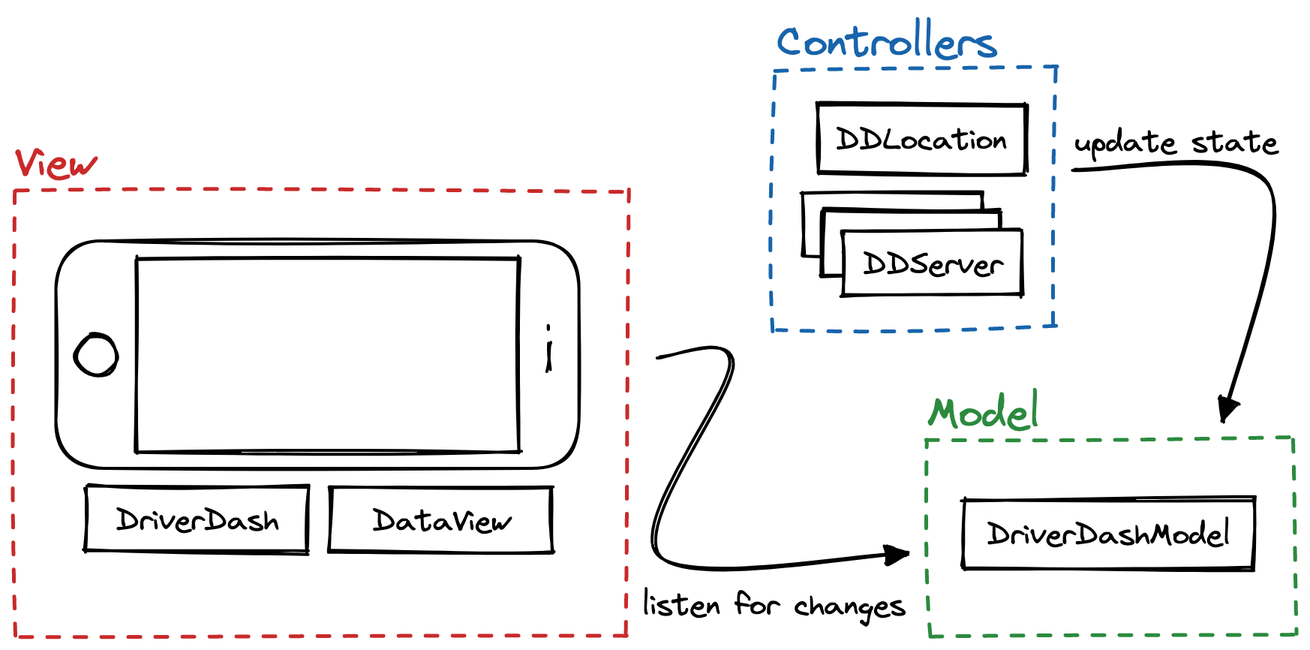
This is media/mvc.png from cornellev/driverdash, a Excalidraw export, as it was before one commit. Source tidied: one line per element, renumbered; positions are measured from the earlier drawing's top-left corner, leaving out a move shared by most shapes. The source it was exported from:
```json
{"id": 0, "type": "rectangle", "strokeColor": "#000000", "strokeWidth": 2, "roughness": 1, "round": true, "x": 27, "y": 151, "width": 349, "height": 151}
{"id": 1, "type": "rectangle", "strokeColor": "#000000", "strokeWidth": 2, "roughness": 1, "x": 82, "y": 163, "width": 255, "height": 129}
{"id": 2, "type": "ellipse", "strokeColor": "#000000", "strokeWidth": 2, "roughness": 1, "x": 41, "y": 213, "width": 27, "height": 27}
{"id": 3, "type": "line", "strokeColor": "#000000", "strokeWidth": 2, "roughness": 1, "x": 355, "y": 207, "width": 0, "height": 3, "points": [[0, 0], [0, 3]]}
{"id": 4, "type": "line", "strokeColor": "#000000", "strokeWidth": 2, "roughness": 1, "x": 356, "y": 218, "width": 0, "height": 19, "points": [[0, 0], [0, 19]]}
{"id": 5, "type": "rectangle", "strokeColor": "#000000", "backgroundColor": "#fff", "fillStyle": "solid", "strokeWidth": 2, "roughness": 1, "x": 47, "y": 314, "width": 148, "height": 43}
{"id": 6, "type": "text", "text": "DriverDash", "strokeColor": "#000000", "backgroundColor": "#fff", "fillStyle": "solid", "strokeWidth": 2, "roughness": 1, "fontSize": 20, "fontFamily": 1, "textAlign": "center", "verticalAlign": "middle", "inside": 5, "x": 67, "y": 323, "width": 108, "height": 25}
{"id": 7, "type": "rectangle", "strokeColor": "#000000", "backgroundColor": "#fff", "fillStyle": "solid", "strokeWidth": 2, "roughness": 1, "x": 210, "y": 314, "width": 148, "height": 44}
{"id": 8, "type": "text", "text": "DataView", "strokeColor": "#000000", "backgroundColor": "#fff", "fillStyle": "solid", "strokeWidth": 2, "roughness": 1, "fontSize": 20, "fontFamily": 1, "textAlign": "center", "verticalAlign": "middle", "inside": 7, "x": 238, "y": 324, "width": 91, "height": 25}
{"id": 9, "type": "rectangle", "strokeColor": "#c92a2a", "strokeWidth": 2, "strokeStyle": "dashed", "roughness": 1, "x": 0, "y": 117, "width": 408, "height": 296}
{"id": 10, "type": "text", "text": "View", "strokeColor": "#c92a2a", "strokeWidth": 2, "strokeStyle": "dashed", "roughness": 1, "fontSize": 28, "fontFamily": 1, "textAlign": "center", "x": 0, "y": 80, "width": 53, "height": 35}
{"id": 11, "type": "rectangle", "strokeColor": "#000000", "backgroundColor": "#fff", "fillStyle": "solid", "strokeWidth": 2, "roughness": 1, "x": 633, "y": 323, "width": 193, "height": 46}
{"id": 12, "type": "text", "text": "DriverDashModel", "strokeColor": "#000000", "backgroundColor": "#fff", "fillStyle": "solid", "strokeWidth": 2, "roughness": 1, "fontSize": 20, "fontFamily": 1, "textAlign": "center", "verticalAlign": "middle", "inside": 11, "x": 648, "y": 333, "width": 162, "height": 25}
{"id": 13, "type": "rectangle", "strokeColor": "#2b8a3e", "strokeWidth": 2, "strokeStyle": "dashed", "roughness": 1, "x": 608, "y": 282, "width": 245, "height": 131}
{"id": 14, "type": "text", "text": "Model", "strokeColor": "#2b8a3e", "strokeWidth": 2, "strokeStyle": "dashed", "roughness": 1, "fontSize": 28, "fontFamily": 1, "textAlign": "center", "x": 608, "y": 247, "width": 76, "height": 35}
{"id": 15, "type": "rectangle", "strokeColor": "#000000", "backgroundColor": "#fff", "fillStyle": "solid", "strokeWidth": 2, "roughness": 1, "x": 535, "y": 59, "width": 138, "height": 47}
{"id": 16, "type": "text", "text": "DDLocation", "strokeColor": "#000000", "backgroundColor": "#fff", "fillStyle": "solid", "strokeWidth": 2, "roughness": 1, "fontSize": 20, "fontFamily": 1, "textAlign": "center", "verticalAlign": "middle", "inside": 15, "x": 547, "y": 70, "width": 114, "height": 25}
{"id": 17, "type": "rectangle", "strokeColor": "#000000", "backgroundColor": "#fff", "fillStyle": "solid", "strokeWidth": 2, "roughness": 1, "x": 525, "y": 119, "width": 119, "height": 42}
{"id": 18, "type": "text", "text": "DDServer", "strokeColor": "#000000", "backgroundColor": "#fff", "fillStyle": "solid", "strokeWidth": 2, "roughness": 1, "fontSize": 20, "fontFamily": 1, "textAlign": "center", "verticalAlign": "middle", "inside": 17, "x": 538, "y": 127, "width": 93, "height": 25}
{"id": 19, "type": "rectangle", "strokeColor": "#000000", "backgroundColor": "#fff", "fillStyle": "solid", "strokeWidth": 2, "roughness": 1, "x": 538, "y": 131, "width": 119, "height": 42}
{"id": 20, "type": "text", "text": "DDServer", "strokeColor": "#000000", "backgroundColor": "#fff", "fillStyle": "solid", "strokeWidth": 2, "roughness": 1, "fontSize": 20, "fontFamily": 1, "textAlign": "center", "verticalAlign": "middle", "inside": 19, "x": 551, "y": 139, "width": 93, "height": 25}
{"id": 21, "type": "rectangle", "strokeColor": "#000000", "backgroundColor": "#fff", "fillStyle": "solid", "strokeWidth": 2, "roughness": 1, "x": 552, "y": 144, "width": 119, "height": 42}
{"id": 22, "type": "text", "text": "DDServer", "strokeColor": "#000000", "backgroundColor": "#fff", "fillStyle": "solid", "strokeWidth": 2, "roughness": 1, "fontSize": 20, "fontFamily": 1, "textAlign": "center", "verticalAlign": "middle", "inside": 21, "x": 565, "y": 153, "width": 93, "height": 25}
{"id": 23, "type": "rectangle", "strokeColor": "#1864ab", "strokeWidth": 2, "strokeStyle": "dashed", "roughness": 1, "x": 506, "y": 36, "width": 187, "height": 173}
{"id": 24, "type": "text", "text": "Controllers", "strokeColor": "#1864ab", "strokeWidth": 2, "strokeStyle": "dashed", "roughness": 1, "fontSize": 28, "fontFamily": 1, "textAlign": "center", "x": 508, "y": 0, "width": 147, "height": 35}
{"id": 25, "type": "text", "text": "update state", "strokeColor": "#000000", "strokeWidth": 2, "roughness": 1, "fontSize": 20, "fontFamily": 1, "textAlign": "center", "x": 706, "y": 71, "width": 136, "height": 25}
{"id": 26, "type": "arrow", "strokeColor": "#000000", "strokeWidth": 2, "roughness": 1, "endArrowhead": "triangle", "round": true, "from": 9, "to": 13, "x": 429, "y": 228, "width": 164, "height": 131, "points": [[0, 0], [49, 4], [1, 131], [164, 131]]}
{"id": 27, "type": "text", "text": "listen for changes", "strokeColor": "#000000", "strokeWidth": 2, "roughness": 1, "fontSize": 20, "fontFamily": 1, "textAlign": "center", "x": 418, "y": 380, "width": 176, "height": 25}
{"id": 28, "type": "arrow", "strokeColor": "#000000", "strokeWidth": 2, "roughness": 1, "endArrowhead": "triangle", "round": true, "from": 23, "to": 13, "x": 706, "y": 103, "width": 129, "height": 166, "points": [[0, 0], [129, 10], [101, 166]]}
```
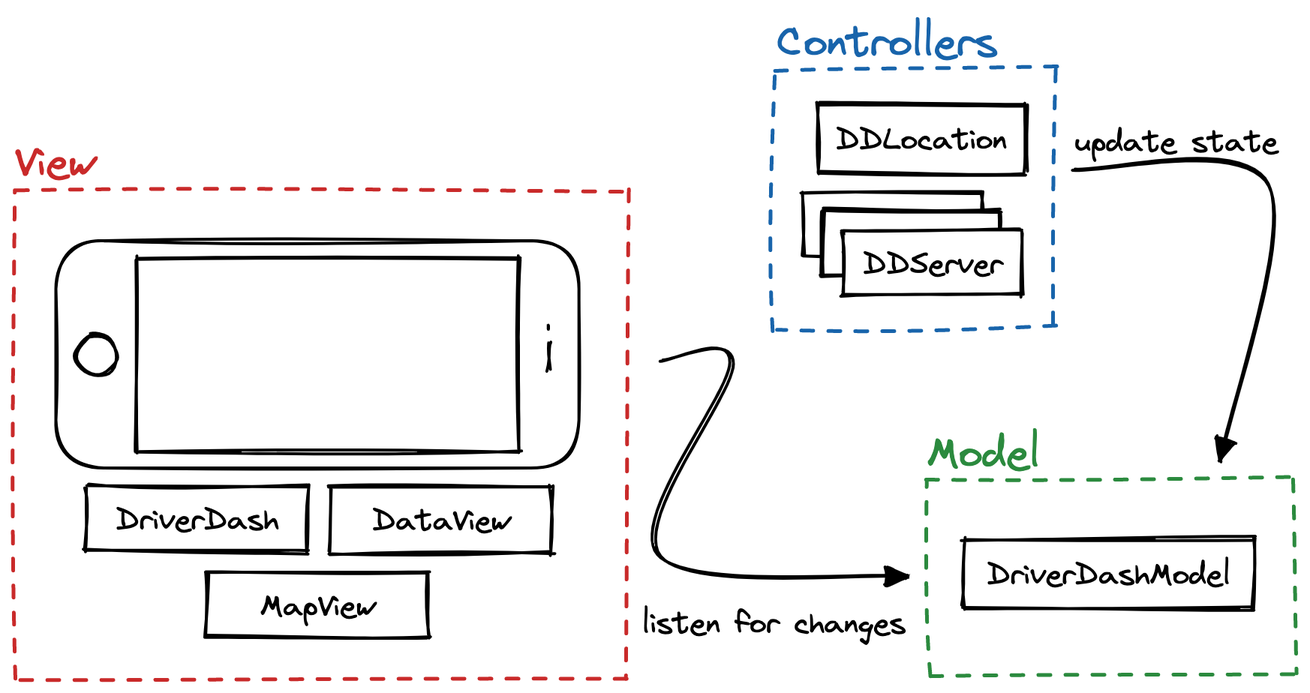
Above is the later version.

Diff of the diagram source:
```diff
@@ -5,14 +5,14 @@
 {"id": 4, "type": "line", "strokeColor": "#000000", "strokeWidth": 2, "roughness": 1, "x": 356, "y": 218, "width": 0, "height": 19, "points": [[0, 0], [0, 19]]}
 {"id": 5, "type": "rectangle", "strokeColor": "#000000", "backgroundColor": "#fff", "fillStyle": "solid", "strokeWidth": 2, "roughness": 1, "x": 47, "y": 314, "width": 148, "height": 43}
 {"id": 6, "type": "text", "text": "DriverDash", "strokeColor": "#000000", "backgroundColor": "#fff", "fillStyle": "solid", "strokeWidth": 2, "roughness": 1, "fontSize": 20, "fontFamily": 1, "textAlign": "center", "verticalAlign": "middle", "inside": 5, "x": 67, "y": 323, "width": 108, "height": 25}
-{"id": 7, "type": "rectangle", "strokeColor": "#000000", "backgroundColor": "#fff", "fillStyle": "solid", "strokeWidth": 2, "roughness": 1, "x": 210, "y": 314, "width": 148, "height": 44}
-{"id": 8, "type": "text", "text": "DataView", "strokeColor": "#000000", "backgroundColor": "#fff", "fillStyle": "solid", "strokeWidth": 2, "roughness": 1, "fontSize": 20, "fontFamily": 1, "textAlign": "center", "verticalAlign": "middle", "inside": 7, "x": 238, "y": 324, "width": 91, "height": 25}
+{"id": 29, "type": "rectangle", "strokeColor": "#000000", "backgroundColor": "#fff", "fillStyle": "solid", "strokeWidth": 2, "roughness": 1, "x": 210, "y": 314, "width": 148, "height": 44}
+{"id": 30, "type": "text", "text": "DataView", "strokeColor": "#000000", "backgroundColor": "#fff", "fillStyle": "solid", "strokeWidth": 2, "roughness": 1, "fontSize": 20, "fontFamily": 1, "textAlign": "center", "verticalAlign": "middle", "inside": 29, "x": 238, "y": 324, "width": 91, "height": 25}
-{"id": 9, "type": "rectangle", "strokeColor": "#c92a2a", "strokeWidth": 2, "strokeStyle": "dashed", "roughness": 1, "x": 0, "y": 117, "width": 408, "height": 296}
+{"id": 9, "type": "rectangle", "strokeColor": "#c92a2a", "strokeWidth": 2, "strokeStyle": "dashed", "roughness": 1, "x": 0, "y": 117, "width": 408, "height": 325}
 {"id": 10, "type": "text", "text": "View", "strokeColor": "#c92a2a", "strokeWidth": 2, "strokeStyle": "dashed", "roughness": 1, "fontSize": 28, "fontFamily": 1, "textAlign": "center", "x": 0, "y": 80, "width": 53, "height": 35}
-{"id": 11, "type": "rectangle", "strokeColor": "#000000", "backgroundColor": "#fff", "fillStyle": "solid", "strokeWidth": 2, "roughness": 1, "x": 633, "y": 323, "width": 193, "height": 46}
+{"id": 11, "type": "rectangle", "strokeColor": "#000000", "backgroundColor": "#fff", "fillStyle": "solid", "strokeWidth": 2, "roughness": 1, "x": 633, "y": 349, "width": 193, "height": 46}
-{"id": 12, "type": "text", "text": "DriverDashModel", "strokeColor": "#000000", "backgroundColor": "#fff", "fillStyle": "solid", "strokeWidth": 2, "roughness": 1, "fontSize": 20, "fontFamily": 1, "textAlign": "center", "verticalAlign": "middle", "inside": 11, "x": 648, "y": 333, "width": 162, "height": 25}
+{"id": 12, "type": "text", "text": "DriverDashModel", "strokeColor": "#000000", "backgroundColor": "#fff", "fillStyle": "solid", "strokeWidth": 2, "roughness": 1, "fontSize": 20, "fontFamily": 1, "textAlign": "center", "verticalAlign": "middle", "inside": 11, "x": 648, "y": 360, "width": 162, "height": 25}
-{"id": 13, "type": "rectangle", "strokeColor": "#2b8a3e", "strokeWidth": 2, "strokeStyle": "dashed", "roughness": 1, "x": 608, "y": 282, "width": 245, "height": 131}
+{"id": 13, "type": "rectangle", "strokeColor": "#2b8a3e", "strokeWidth": 2, "strokeStyle": "dashed", "roughness": 1, "x": 608, "y": 309, "width": 245, "height": 131}
-{"id": 14, "type": "text", "text": "Model", "strokeColor": "#2b8a3e", "strokeWidth": 2, "strokeStyle": "dashed", "roughness": 1, "fontSize": 28, "fontFamily": 1, "textAlign": "center", "x": 608, "y": 247, "width": 76, "height": 35}
+{"id": 14, "type": "text", "text": "Model", "strokeColor": "#2b8a3e", "strokeWidth": 2, "strokeStyle": "dashed", "roughness": 1, "fontSize": 28, "fontFamily": 1, "textAlign": "center", "x": 608, "y": 274, "width": 76, "height": 35}
 {"id": 15, "type": "rectangle", "strokeColor": "#000000", "backgroundColor": "#fff", "fillStyle": "solid", "strokeWidth": 2, "roughness": 1, "x": 535, "y": 59, "width": 138, "height": 47}
 {"id": 16, "type": "text", "text": "DDLocation", "strokeColor": "#000000", "backgroundColor": "#fff", "fillStyle": "solid", "strokeWidth": 2, "roughness": 1, "fontSize": 20, "fontFamily": 1, "textAlign": "center", "verticalAlign": "middle", "inside": 15, "x": 547, "y": 70, "width": 114, "height": 25}
 {"id": 17, "type": "rectangle", "strokeColor": "#000000", "backgroundColor": "#fff", "fillStyle": "solid", "strokeWidth": 2, "roughness": 1, "x": 525, "y": 119, "width": 119, "height": 42}
@@ -24,6 +24,8 @@
 {"id": 23, "type": "rectangle", "strokeColor": "#1864ab", "strokeWidth": 2, "strokeStyle": "dashed", "roughness": 1, "x": 506, "y": 36, "width": 187, "height": 173}
 {"id": 24, "type": "text", "text": "Controllers", "strokeColor": "#1864ab", "strokeWidth": 2, "strokeStyle": "dashed", "roughness": 1, "fontSize": 28, "fontFamily": 1, "textAlign": "center", "x": 508, "y": 0, "width": 147, "height": 35}
 {"id": 25, "type": "text", "text": "update state", "strokeColor": "#000000", "strokeWidth": 2, "roughness": 1, "fontSize": 20, "fontFamily": 1, "textAlign": "center", "x": 706, "y": 71, "width": 136, "height": 25}
-{"id": 26, "type": "arrow", "strokeColor": "#000000", "strokeWidth": 2, "roughness": 1, "endArrowhead": "triangle", "round": true, "from": 9, "to": 13, "x": 429, "y": 228, "width": 164, "height": 131, "points": [[0, 0], [49, 4], [1, 131], [164, 131]]}
+{"id": 26, "type": "arrow", "strokeColor": "#000000", "strokeWidth": 2, "roughness": 1, "endArrowhead": "triangle", "round": true, "from": 9, "to": 13, "x": 431, "y": 231, "width": 164, "height": 144, "points": [[0, 0], [47, 2], [-1, 129], [162, 144]]}
-{"id": 27, "type": "text", "text": "listen for changes", "strokeColor": "#000000", "strokeWidth": 2, "roughness": 1, "fontSize": 20, "fontFamily": 1, "textAlign": "center", "x": 418, "y": 380, "width": 176, "height": 25}
+{"id": 27, "type": "text", "text": "listen for changes", "strokeColor": "#000000", "strokeWidth": 2, "roughness": 1, "fontSize": 20, "fontFamily": 1, "textAlign": "center", "x": 418, "y": 392, "width": 176, "height": 25}
-{"id": 28, "type": "arrow", "strokeColor": "#000000", "strokeWidth": 2, "roughness": 1, "endArrowhead": "triangle", "round": true, "from": 23, "to": 13, "x": 706, "y": 103, "width": 129, "height": 166, "points": [[0, 0], [129, 10], [101, 166]]}
+{"id": 28, "type": "arrow", "strokeColor": "#000000", "strokeWidth": 2, "roughness": 1, "endArrowhead": "triangle", "round": true, "from": 23, "to": 13, "x": 706, "y": 103, "width": 129, "height": 193, "points": [[0, 0], [129, 10], [99, 193]]}
+{"id": 7, "type": "rectangle", "strokeColor": "#000000", "backgroundColor": "#fff", "fillStyle": "solid", "strokeWidth": 2, "roughness": 1, "x": 128, "y": 371, "width": 148, "height": 44}
+{"id": 8, "type": "text", "text": "MapView", "strokeColor": "#000000", "backgroundColor": "#fff", "fillStyle": "solid", "strokeWidth": 2, "roughness": 1, "fontSize": 20, "fontFamily": 1, "textAlign": "center", "verticalAlign": "middle", "inside": 7, "x": 163, "y": 381, "width": 76, "height": 25}
```
